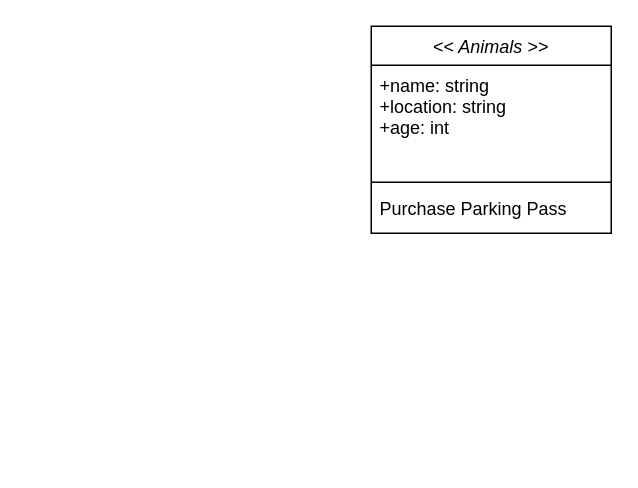
Before: DauteriveTermProject.drawio in GableDauterive19/GableRepository, a draw.io diagram. Source tidied: cells renumbered, new cells numbered last; positions are measured from the earlier drawing's top-left corner, leaving out a move shared by most shapes. Both pictures are drawn from the tidied source at 150%, with x=0, y=0 at pixel (370, 26).
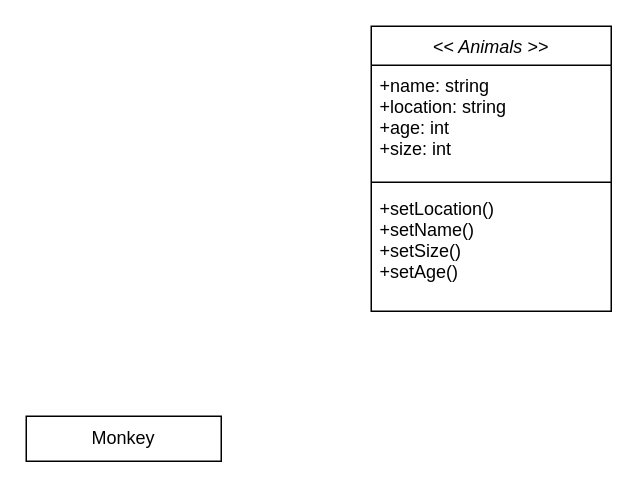
The same page after the edit.

Diff of the diagram source:
```diff
@@
 <mxGraphModel>
   <root>
     <mxCell id="0" />
     <mxCell id="1" parent="0" />
     <mxCell id="2" value="&lt;&lt; Animals &gt;&gt;" style="swimlane;fontStyle=2;align=center;verticalAlign=top;horizontal=1;startSize=26;rounded=0;shadow=0;strokeWidth=1;" parent="1" vertex="1">
-      <mxGeometry width="160" height="138" as="geometry" />
+      <mxGeometry width="160" height="190" as="geometry" />
     </mxCell>
-    <mxCell id="3" value="+name: string&#10;+location: string&#10;+age: int&#10;&#10;" style="text;align=left;verticalAlign=top;spacingLeft=4;spacingRight=4;overflow=hidden;" parent="2" vertex="1">
+    <mxCell id="3" value="+name: string&#10;+location: string&#10;+age: int&#10;+size: int&#10;&#10;" style="text;align=left;verticalAlign=top;spacingLeft=4;spacingRight=4;overflow=hidden;" parent="2" vertex="1">
       <mxGeometry y="26" width="160" height="74" as="geometry" />
     </mxCell>
     <mxCell id="4" style="line;html=1;strokeWidth=1;align=left;verticalAlign=middle;spacingTop=-1;spacingLeft=3;spacingRight=3;labelPosition=right;" parent="2" vertex="1">
       <mxGeometry y="100" width="160" height="8" as="geometry" />
     </mxCell>
-    <mxCell id="5" value="Purchase Parking Pass" style="text;align=left;verticalAlign=top;spacingLeft=4;spacingRight=4;overflow=hidden;" parent="2" vertex="1">
-      <mxGeometry y="108" width="160" height="26" as="geometry" />
+    <mxCell id="5" value="+setLocation()&#10;+setName()&#10;+setSize()&#10;+setAge()&#10;" style="text;align=left;verticalAlign=top;spacingLeft=4;spacingRight=4;overflow=hidden;" parent="2" vertex="1">
+      <mxGeometry y="108" width="160" height="82" as="geometry" />
     </mxCell>
+    <mxCell id="6" value="Monkey" style="rounded=0;whiteSpace=wrap;html=1;" parent="1" vertex="1">
+      <mxGeometry x="-230" y="260" width="130" height="30" as="geometry" />
+    </mxCell>
   </root>
 </mxGraphModel>
```
